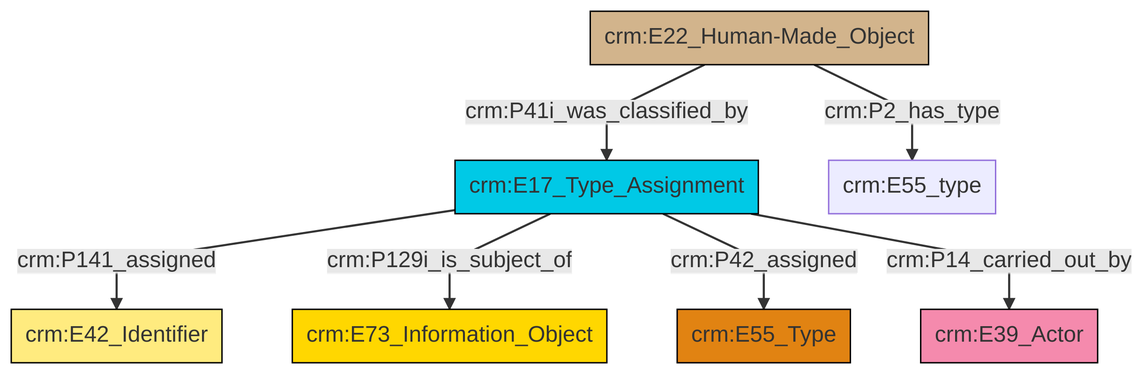
Before: et/builtWorkCSV/ttl/mmd/png/Built_Work_designation_status.png, a diagram exported from Mermaid (swiss-art-research-net/docs.swissartresearch). Its source is kept beside it as et/builtWorkCSV/ttl/mmd/Built_Work_designation_status.ttl.mmd.
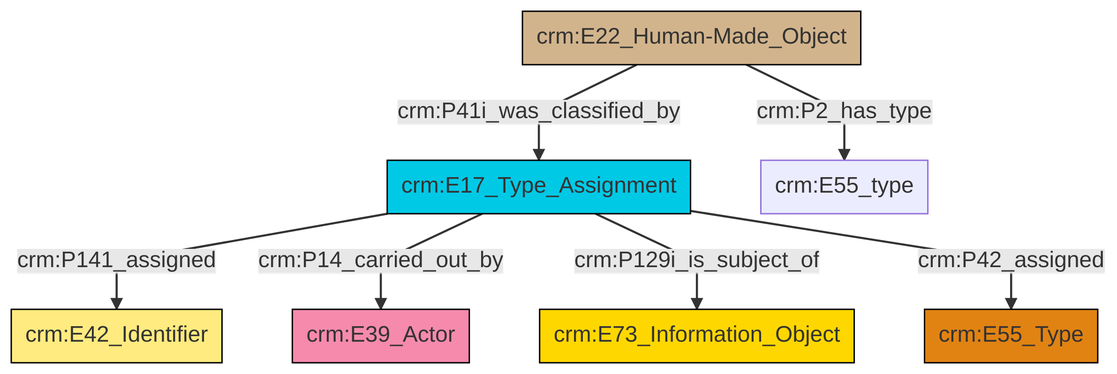
Later version of the same file.

The edit, as a diff of the source:
```diff
@@ -13,9 +13,9 @@
 classDef PC_Classes fill:#4ce600, stroke:#000000;
 classDef Multi fill:#cccccc,stroke:#000000;
 
-2["crm:E17_Type_Assignment"]:::Temporal_Entity -->|crm:P141_assigned| 3["crm:E42_Identifier"]:::Appellation
-4["crm:E22_Human-Made_Object"]:::Physical_Thing -->|crm:P41i_was_classified_by| 2["crm:E17_Type_Assignment"]:::Temporal_Entity
-2["crm:E17_Type_Assignment"]:::Temporal_Entity -->|crm:P129i_is_subject_of| 0["crm:E73_Information_Object"]:::Conceptual_Object
-4["crm:E22_Human-Made_Object"]:::Physical_Thing -->|crm:P2_has_type| 10["crm:E55_type"]:::Default
-2["crm:E17_Type_Assignment"]:::Temporal_Entity -->|crm:P42_assigned| 6["crm:E55_Type"]:::Type
-2["crm:E17_Type_Assignment"]:::Temporal_Entity -->|crm:P14_carried_out_by| 13["crm:E39_Actor"]:::Actor
+0["crm:E17_Type_Assignment"]:::Temporal_Entity -->|crm:P141_assigned| 2["crm:E42_Identifier"]:::Appellation
+10["crm:E22_Human-Made_Object"]:::Physical_Thing -->|crm:P2_has_type| 6["crm:E55_type"]:::Default
+10["crm:E22_Human-Made_Object"]:::Physical_Thing -->|crm:P41i_was_classified_by| 0["crm:E17_Type_Assignment"]:::Temporal_Entity
+0["crm:E17_Type_Assignment"]:::Temporal_Entity -->|crm:P14_carried_out_by| 8["crm:E39_Actor"]:::Actor
+0["crm:E17_Type_Assignment"]:::Temporal_Entity -->|crm:P129i_is_subject_of| 12["crm:E73_Information_Object"]:::Conceptual_Object
+0["crm:E17_Type_Assignment"]:::Temporal_Entity -->|crm:P42_assigned| 4["crm:E55_Type"]:::Type
```
